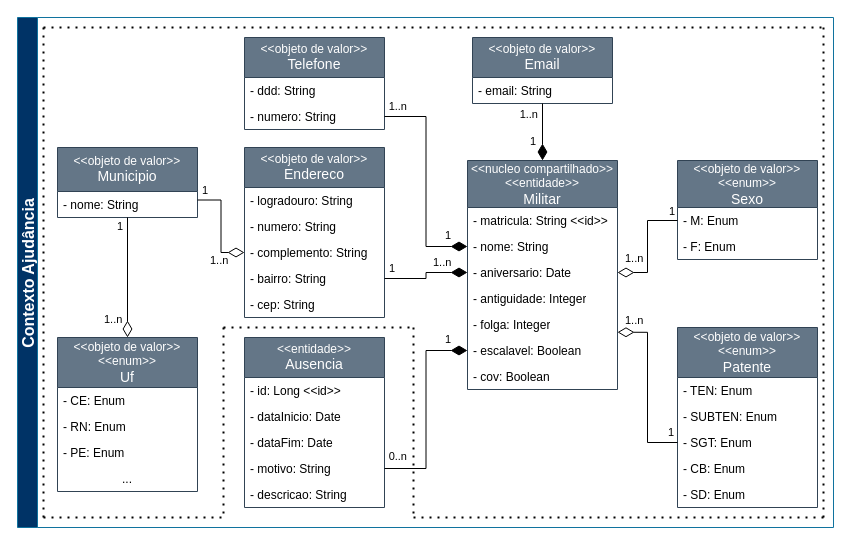
joaoAaf/escalante-ddd keeps this draw.io diagram as docs/diagramas/drawio/DiagramaUMLAjudancia.drawio. Above is the earlier version. Source tidied: cells renumbered, new cells numbered last; positions are measured from the earlier drawing's top-left corner, leaving out a move shared by most shapes. Both pictures are drawn from the tidied source at 100%, with x=0, y=0 at pixel (17, 17).
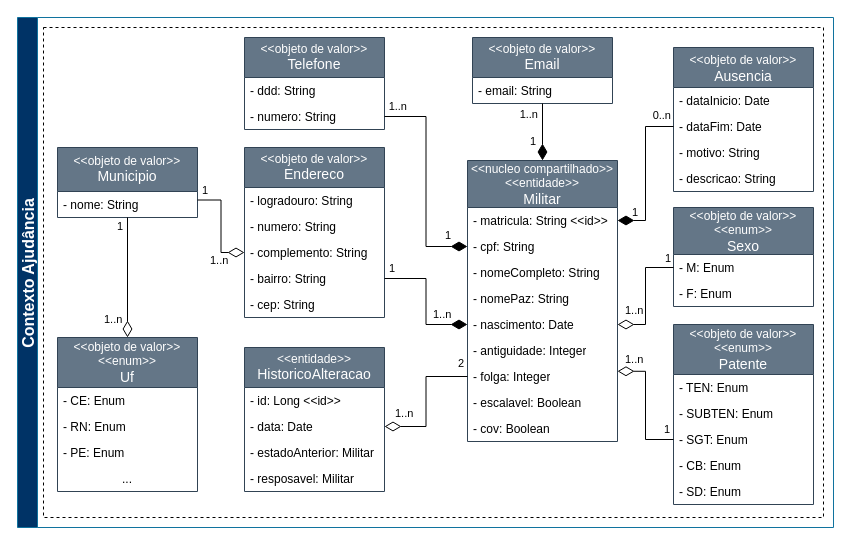
Above is the later version.

Commit message (it also covers changes not shown here):
Criando regras de negocio para o contexto ajudancia e refatorando diagramas e dominio do projeto

The change refers to these unchanged cells:
```xml
<mxCell id="4" value="- numero: String" style="text;strokeColor=none;fillColor=none;align=left;verticalAlign=top;spacingLeft=4;spacingRight=4;overflow=hidden;points=[[0,0.5],[1,0.5]];portConstraint=eastwest;whiteSpace=wrap;html=1;" parent="2" vertex="1">
  <mxGeometry y="66" width="140" height="26" as="geometry" />
</mxCell>
<mxCell id="18" value="- matricula: String &amp;lt;&amp;lt;id&amp;gt;&amp;gt;" style="text;strokeColor=none;fillColor=none;align=left;verticalAlign=top;spacingLeft=4;spacingRight=4;overflow=hidden;points=[[0,0.5],[1,0.5]];portConstraint=eastwest;whiteSpace=wrap;html=1;" parent="17" vertex="1">
  <mxGeometry y="47" width="150" height="26" as="geometry" />
</mxCell>
```

Change to the diagram source:
```diff
@@
+    <mxCell id="76" style="rounded=0;whiteSpace=wrap;html=1;dashed=1;" parent="1" vertex="1">
+      <mxGeometry x="26" y="10" width="780" height="490" as="geometry" />
+    </mxCell>
@@
-    <mxCell id="5" value="&amp;lt;&amp;lt;entidade&amp;gt;&amp;gt;&lt;br&gt;&lt;font style=&quot;font-size: 14px;&quot;&gt;Ausencia&lt;/font&gt;" style="swimlane;fontStyle=0;horizontal=1;startSize=40;fillColor=#647687;whiteSpace=wrap;html=1;fontColor=#ffffff;strokeColor=#314354;" parent="1" vertex="1">
-      <mxGeometry x="227" y="320" width="140" height="170" as="geometry" />
+    <mxCell id="5" value="&lt;font style=&quot;font-size: 14px;&quot;&gt;&lt;span style=&quot;font-size: 12px;&quot;&gt;&amp;lt;&amp;lt;objeto de valor&amp;gt;&amp;gt;&lt;/span&gt;&lt;br style=&quot;font-size: 12px;&quot;&gt;Ausencia&lt;/font&gt;" style="swimlane;fontStyle=0;horizontal=1;startSize=40;fillColor=#647687;whiteSpace=wrap;html=1;fontColor=#ffffff;strokeColor=#314354;" parent="1" vertex="1">
+      <mxGeometry x="656" y="30" width="140" height="144" as="geometry" />
     </mxCell>
-    <mxCell id="6" value="- id: Long &amp;lt;&amp;lt;id&amp;gt;&amp;gt;" style="text;strokeColor=none;fillColor=none;align=left;verticalAlign=top;spacingLeft=4;spacingRight=4;overflow=hidden;whiteSpace=wrap;html=1;" parent="5" vertex="1">
-      <mxGeometry y="40" width="140" height="26" as="geometry" />
-    </mxCell>
     <mxCell id="7" value="- dataInicio: Date" style="text;strokeColor=none;fillColor=none;align=left;verticalAlign=top;spacingLeft=4;spacingRight=4;overflow=hidden;whiteSpace=wrap;html=1;" parent="5" vertex="1">
-      <mxGeometry y="66" width="140" height="26" as="geometry" />
+      <mxGeometry y="40" width="140" height="26" as="geometry" />
     </mxCell>
     <mxCell id="8" value="- dataFim: Date" style="text;strokeColor=none;fillColor=none;align=left;verticalAlign=top;spacingLeft=4;spacingRight=4;overflow=hidden;points=[[0,0.5],[1,0.5]];portConstraint=eastwest;whiteSpace=wrap;html=1;" parent="5" vertex="1">
-      <mxGeometry y="92" width="140" height="26" as="geometry" />
+      <mxGeometry y="66" width="140" height="26" as="geometry" />
     </mxCell>
     <mxCell id="9" value="- motivo: String" style="text;strokeColor=none;fillColor=none;align=left;verticalAlign=top;spacingLeft=4;spacingRight=4;overflow=hidden;points=[[0,0.5],[1,0.5]];portConstraint=eastwest;whiteSpace=wrap;html=1;" parent="5" vertex="1">
-      <mxGeometry y="118" width="140" height="26" as="geometry" />
+      <mxGeometry y="92" width="140" height="26" as="geometry" />
     </mxCell>
     <mxCell id="10" value="- descricao: String" style="text;strokeColor=none;fillColor=none;align=left;verticalAlign=top;spacingLeft=4;spacingRight=4;overflow=hidden;whiteSpace=wrap;html=1;" parent="5" vertex="1">
-      <mxGeometry y="144" width="140" height="26" as="geometry" />
+      <mxGeometry y="118" width="140" height="26" as="geometry" />
     </mxCell>
@@
     <mxCell id="17" value="&lt;div&gt;&lt;div&gt;&lt;div&gt;&amp;lt;&amp;lt;nucleo compartilhado&amp;gt;&amp;gt;&lt;/div&gt;&lt;/div&gt;&lt;/div&gt;&lt;div&gt;&amp;lt;&amp;lt;entidade&amp;gt;&amp;gt;&lt;/div&gt;&lt;div&gt;&lt;font style=&quot;font-size: 14px;&quot;&gt;Militar&lt;/font&gt;&lt;/div&gt;" style="swimlane;fontStyle=0;horizontal=1;startSize=47;fillColor=#647687;whiteSpace=wrap;html=1;fontColor=#ffffff;strokeColor=#314354;" parent="1" vertex="1">
-      <mxGeometry x="450" y="143" width="150" height="229" as="geometry" />
+      <mxGeometry x="450" y="143" width="150" height="281" as="geometry" />
     </mxCell>
@@
+    <mxCell id="77" value="- cpf: String" style="text;strokeColor=none;fillColor=none;align=left;verticalAlign=top;spacingLeft=4;spacingRight=4;overflow=hidden;points=[[0,0.5],[1,0.5]];portConstraint=eastwest;whiteSpace=wrap;html=1;" parent="17" vertex="1">
+      <mxGeometry y="73" width="150" height="26" as="geometry" />
+    </mxCell>
-    <mxCell id="19" value="- nome: String" style="text;strokeColor=none;fillColor=none;align=left;verticalAlign=top;spacingLeft=4;spacingRight=4;overflow=hidden;points=[[0,0.5],[1,0.5]];portConstraint=eastwest;whiteSpace=wrap;html=1;" parent="17" vertex="1">
-      <mxGeometry y="73" width="150" height="26" as="geometry" />
+    <mxCell id="19" value="- nomeCompleto: String" style="text;strokeColor=none;fillColor=none;align=left;verticalAlign=top;spacingLeft=4;spacingRight=4;overflow=hidden;points=[[0,0.5],[1,0.5]];portConstraint=eastwest;whiteSpace=wrap;html=1;" parent="17" vertex="1">
+      <mxGeometry y="99" width="150" height="26" as="geometry" />
     </mxCell>
+    <mxCell id="78" value="- nomePaz: String" style="text;strokeColor=none;fillColor=none;align=left;verticalAlign=top;spacingLeft=4;spacingRight=4;overflow=hidden;whiteSpace=wrap;html=1;" parent="17" vertex="1">
+      <mxGeometry y="125" width="150" height="26" as="geometry" />
+    </mxCell>
-    <mxCell id="20" value="- aniversario: Date" style="text;strokeColor=none;fillColor=none;align=left;verticalAlign=top;spacingLeft=4;spacingRight=4;overflow=hidden;points=[[0,0.5],[1,0.5]];portConstraint=eastwest;whiteSpace=wrap;html=1;" parent="17" vertex="1">
-      <mxGeometry y="99" width="150" height="26" as="geometry" />
+    <mxCell id="20" value="- nascimento: Date" style="text;strokeColor=none;fillColor=none;align=left;verticalAlign=top;spacingLeft=4;spacingRight=4;overflow=hidden;points=[[0,0.5],[1,0.5]];portConstraint=eastwest;whiteSpace=wrap;html=1;" parent="17" vertex="1">
+      <mxGeometry y="151" width="150" height="26" as="geometry" />
     </mxCell>
     <mxCell id="21" value="- antiguidade: Integer" style="text;strokeColor=none;fillColor=none;align=left;verticalAlign=top;spacingLeft=4;spacingRight=4;overflow=hidden;whiteSpace=wrap;html=1;" parent="17" vertex="1">
-      <mxGeometry y="125" width="150" height="26" as="geometry" />
+      <mxGeometry y="177" width="150" height="26" as="geometry" />
     </mxCell>
     <mxCell id="22" value="- folga: Integer" style="text;strokeColor=none;fillColor=none;align=left;verticalAlign=top;spacingLeft=4;spacingRight=4;overflow=hidden;points=[[0,0.5],[1,0.5]];portConstraint=eastwest;whiteSpace=wrap;html=1;" parent="17" vertex="1">
-      <mxGeometry y="151" width="150" height="26" as="geometry" />
+      <mxGeometry y="203" width="150" height="26" as="geometry" />
     </mxCell>
     <mxCell id="23" value="- escalavel: Boolean" style="text;strokeColor=none;fillColor=none;align=left;verticalAlign=top;spacingLeft=4;spacingRight=4;overflow=hidden;points=[[0,0.5],[1,0.5]];portConstraint=eastwest;whiteSpace=wrap;html=1;" parent="17" vertex="1">
-      <mxGeometry y="177" width="150" height="26" as="geometry" />
+      <mxGeometry y="229" width="150" height="26" as="geometry" />
     </mxCell>
     <mxCell id="24" value="- cov: Boolean" style="text;strokeColor=none;fillColor=none;align=left;verticalAlign=top;spacingLeft=4;spacingRight=4;overflow=hidden;whiteSpace=wrap;html=1;" parent="17" vertex="1">
-      <mxGeometry y="203" width="150" height="26" as="geometry" />
+      <mxGeometry y="255" width="150" height="26" as="geometry" />
     </mxCell>
-    <mxCell id="25" style="endArrow=none;html=1;endSize=12;startArrow=diamondThin;startSize=14;startFill=1;edgeStyle=orthogonalEdgeStyle;rounded=0;exitX=0;exitY=0.5;exitDx=0;exitDy=0;entryX=1;entryY=0.5;entryDx=0;entryDy=0;" parent="1" edge="1" source="23" target="9">
+    <mxCell id="25" style="endArrow=none;html=1;endSize=12;startArrow=diamondThin;startSize=14;startFill=1;edgeStyle=orthogonalEdgeStyle;rounded=0;exitX=1;exitY=0.5;exitDx=0;exitDy=0;entryX=0;entryY=0.5;entryDx=0;entryDy=0;" parent="1" edge="1" source="18" target="8">
       <mxGeometry relative="1" as="geometry" />
     </mxCell>
     <mxCell id="26" value="1" style="edgeLabel;html=1;align=left;verticalAlign=top;" parent="25" vertex="1">
       <mxGeometry x="-1" relative="1" as="geometry">
-        <mxPoint x="-24" y="-24" as="offset" />
+        <mxPoint x="13" y="-21" as="offset" />
       </mxGeometry>
     </mxCell>
     <mxCell id="27" value="&lt;div&gt;0..n&lt;/div&gt;" style="edgeLabel;html=1;align=right;verticalAlign=top;" parent="25" vertex="1">
       <mxGeometry x="1" relative="1" as="geometry">
-        <mxPoint x="23" y="-25" as="offset" />
+        <mxPoint x="-2" y="-24" as="offset" />
       </mxGeometry>
     </mxCell>
@@
-    <mxCell id="36" style="endArrow=none;html=1;endSize=12;startArrow=diamondThin;startSize=14;startFill=1;edgeStyle=orthogonalEdgeStyle;rounded=0;exitX=0;exitY=0.5;exitDx=0;exitDy=0;entryX=1;entryY=0.5;entryDx=0;entryDy=0;" parent="1" edge="1" source="19" target="4">
+    <mxCell id="36" style="endArrow=none;html=1;endSize=12;startArrow=diamondThin;startSize=14;startFill=1;edgeStyle=orthogonalEdgeStyle;rounded=0;exitX=0;exitY=0.5;exitDx=0;exitDy=0;entryX=1;entryY=0.5;entryDx=0;entryDy=0;" parent="1" edge="1" source="77" target="4">
       <mxGeometry relative="1" as="geometry" />
     </mxCell>
@@
     <mxCell id="39" value="&amp;lt;&amp;lt;objeto de valor&amp;gt;&amp;gt;&lt;br&gt;&amp;lt;&amp;lt;enum&amp;gt;&amp;gt;&lt;br&gt;&lt;font style=&quot;font-size: 14px;&quot;&gt;Patente&lt;/font&gt;" style="swimlane;fontStyle=0;horizontal=1;startSize=50;fillColor=#647687;whiteSpace=wrap;html=1;fontColor=#ffffff;strokeColor=#314354;" parent="1" vertex="1">
-      <mxGeometry x="660" y="310" width="140" height="180" as="geometry" />
+      <mxGeometry x="656" y="307" width="140" height="180" as="geometry" />
     </mxCell>
@@
     <mxCell id="61" value="&amp;lt;&amp;lt;objeto de valor&amp;gt;&amp;gt;&lt;br&gt;&amp;lt;&amp;lt;enum&amp;gt;&amp;gt;&lt;br&gt;&lt;font style=&quot;font-size: 14px;&quot;&gt;Sexo&lt;/font&gt;" style="swimlane;fontStyle=0;horizontal=1;startSize=47;fillColor=#647687;whiteSpace=wrap;html=1;fontColor=#ffffff;strokeColor=#314354;" parent="1" vertex="1">
-      <mxGeometry x="660" y="143" width="140" height="99" as="geometry" />
+      <mxGeometry x="656" y="190" width="140" height="99" as="geometry" />
     </mxCell>
@@
-    <mxCell id="68" style="endArrow=none;dashed=1;html=1;dashPattern=1 3;strokeWidth=2;rounded=0;exitX=0;exitY=1;exitDx=0;exitDy=0;entryX=0;entryY=0;entryDx=0;entryDy=0;" parent="1" edge="1">
-      <mxGeometry relative="1" as="geometry">
-        <mxPoint x="26" y="500" as="sourcePoint" />
-        <mxPoint x="26" y="10" as="targetPoint" />
-      </mxGeometry>
-    </mxCell>
-    <mxCell id="69" style="endArrow=none;dashed=1;html=1;dashPattern=1 3;strokeWidth=2;rounded=0;exitX=0;exitY=1;exitDx=0;exitDy=0;entryX=0;entryY=1;entryDx=0;entryDy=0;" parent="1" edge="1">
-      <mxGeometry relative="1" as="geometry">
-        <mxPoint x="26" y="500" as="sourcePoint" />
-        <mxPoint x="206" y="500" as="targetPoint" />
-      </mxGeometry>
-    </mxCell>
-    <mxCell id="70" style="endArrow=none;dashed=1;html=1;dashPattern=1 3;strokeWidth=2;rounded=0;" parent="1" edge="1">
-      <mxGeometry relative="1" as="geometry">
-        <mxPoint x="806" y="500" as="sourcePoint" />
-        <mxPoint x="806" y="10" as="targetPoint" />
-      </mxGeometry>
-    </mxCell>
-    <mxCell id="71" style="endArrow=none;dashed=1;html=1;dashPattern=1 3;strokeWidth=2;rounded=0;" parent="1" edge="1">
-      <mxGeometry relative="1" as="geometry">
-        <mxPoint x="26" y="10" as="sourcePoint" />
-        <mxPoint x="806" y="10" as="targetPoint" />
-      </mxGeometry>
-    </mxCell>
-    <mxCell id="72" style="endArrow=none;dashed=1;html=1;dashPattern=1 3;strokeWidth=2;rounded=0;exitX=1;exitY=1;exitDx=0;exitDy=0;" parent="1" edge="1">
-      <mxGeometry relative="1" as="geometry">
-        <mxPoint x="396" y="500" as="sourcePoint" />
-        <mxPoint x="806" y="500" as="targetPoint" />
-      </mxGeometry>
-    </mxCell>
-    <mxCell id="73" style="endArrow=none;dashed=1;html=1;dashPattern=1 3;strokeWidth=2;rounded=0;exitX=0;exitY=0;exitDx=0;exitDy=0;entryX=0;entryY=1;entryDx=0;entryDy=0;" parent="1" edge="1">
-      <mxGeometry relative="1" as="geometry">
-        <mxPoint x="206" y="310" as="sourcePoint" />
-        <mxPoint x="206" y="500" as="targetPoint" />
-      </mxGeometry>
-    </mxCell>
-    <mxCell id="74" style="endArrow=none;dashed=1;html=1;dashPattern=1 3;strokeWidth=2;rounded=0;" parent="1" edge="1">
-      <mxGeometry relative="1" as="geometry">
-        <mxPoint x="396" y="310" as="sourcePoint" />
-        <mxPoint x="396" y="500" as="targetPoint" />
-      </mxGeometry>
-    </mxCell>
-    <mxCell id="75" style="endArrow=none;dashed=1;html=1;dashPattern=1 3;strokeWidth=2;rounded=0;" parent="1" edge="1">
-      <mxGeometry relative="1" as="geometry">
-        <mxPoint x="206" y="310" as="sourcePoint" />
-        <mxPoint x="396" y="310" as="targetPoint" />
-      </mxGeometry>
-    </mxCell>
+    <mxCell id="79" value="&lt;font style=&quot;font-size: 14px;&quot;&gt;&lt;div style=&quot;font-size: 12px;&quot;&gt;&amp;lt;&amp;lt;entidade&amp;gt;&amp;gt;&lt;/div&gt;HistoricoAlteracao&lt;/font&gt;" style="swimlane;fontStyle=0;horizontal=1;startSize=40;fillColor=#647687;whiteSpace=wrap;html=1;fontColor=#ffffff;strokeColor=#314354;" parent="1" vertex="1">
+      <mxGeometry x="227" y="330" width="140" height="144" as="geometry" />
+    </mxCell>
+    <mxCell id="6" value="- id: Long &amp;lt;&amp;lt;id&amp;gt;&amp;gt;" style="text;strokeColor=none;fillColor=none;align=left;verticalAlign=top;spacingLeft=4;spacingRight=4;overflow=hidden;whiteSpace=wrap;html=1;" parent="79" vertex="1">
+      <mxGeometry y="40" width="140" height="26" as="geometry" />
+    </mxCell>
+    <mxCell id="80" value="- data: Date" style="text;strokeColor=none;fillColor=none;align=left;verticalAlign=top;spacingLeft=4;spacingRight=4;overflow=hidden;points=[[0,0.5],[1,0.5]];portConstraint=eastwest;whiteSpace=wrap;html=1;" parent="79" vertex="1">
+      <mxGeometry y="66" width="140" height="26" as="geometry" />
+    </mxCell>
+    <mxCell id="81" value="- estadoAnterior: Militar" style="text;strokeColor=none;fillColor=none;align=left;verticalAlign=top;spacingLeft=4;spacingRight=4;overflow=hidden;whiteSpace=wrap;html=1;" parent="79" vertex="1">
+      <mxGeometry y="92" width="140" height="26" as="geometry" />
+    </mxCell>
+    <mxCell id="82" value="- resposavel: Militar" style="text;strokeColor=none;fillColor=none;align=left;verticalAlign=top;spacingLeft=4;spacingRight=4;overflow=hidden;whiteSpace=wrap;html=1;" parent="79" vertex="1">
+      <mxGeometry y="118" width="140" height="26" as="geometry" />
+    </mxCell>
+    <mxCell id="83" style="endArrow=none;html=1;endSize=12;startArrow=diamondThin;startSize=14;startFill=0;edgeStyle=orthogonalEdgeStyle;rounded=0;exitX=1;exitY=0.5;exitDx=0;exitDy=0;entryX=0;entryY=0.5;entryDx=0;entryDy=0;" parent="1" edge="1" source="80" target="22">
+      <mxGeometry relative="1" as="geometry" />
+    </mxCell>
+    <mxCell id="84" value="1..n" style="edgeLabel;html=1;align=left;verticalAlign=top;" parent="83" vertex="1">
+      <mxGeometry x="-1" relative="1" as="geometry">
+        <mxPoint x="9" y="-26" as="offset" />
+      </mxGeometry>
+    </mxCell>
+    <mxCell id="85" value="2" style="edgeLabel;html=1;align=right;verticalAlign=top;" parent="83" vertex="1">
+      <mxGeometry x="1" relative="1" as="geometry">
+        <mxPoint x="-3" y="-26" as="offset" />
+      </mxGeometry>
+    </mxCell>
```
